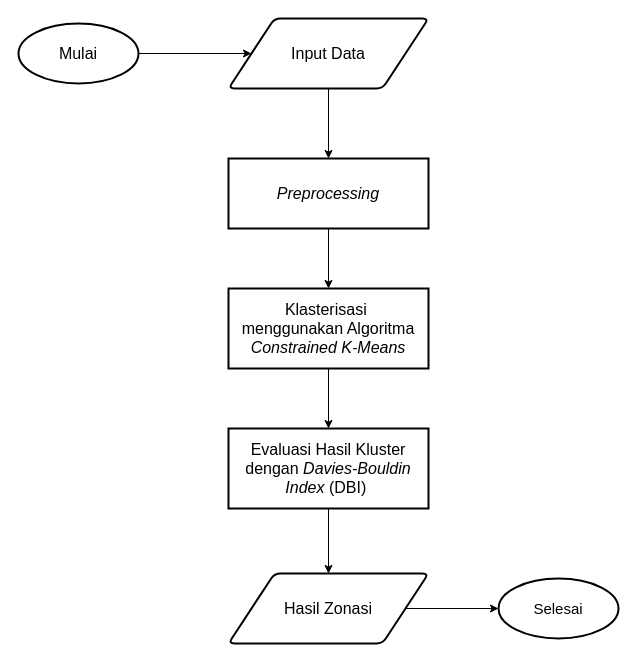
Above: page "Halaman-5" (4 of 7) of Diagram Tanpa Judul.drawio in NayaRPL/bebas (draw.io), before the change. Source tidied: cells renumbered, new cells numbered last; positions are measured from the earlier drawing's top-left corner, leaving out a move shared by most shapes. Both pictures are drawn from the tidied source at 100%, with x=0, y=0 at pixel (18, 18).
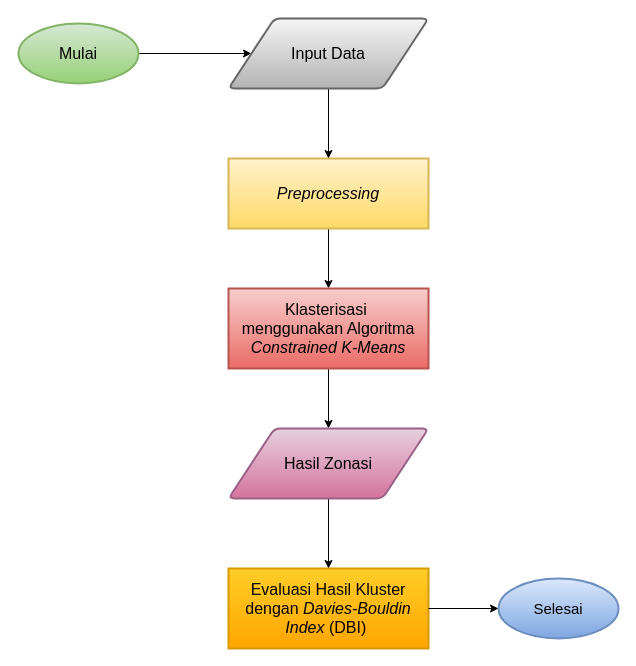
The same page after the edit.

What changed in the source:
```diff
@@
 <mxGraphModel>
   <root>
     <mxCell id="0" />
     <mxCell id="1" parent="0" />
     <mxCell id="2" style="edgeStyle=orthogonalEdgeStyle;rounded=0;jettySize=auto;html=1;exitX=1;exitY=0.5;exitDx=0;exitDy=0;exitPerimeter=0;entryX=0;entryY=0.5;entryDx=0;entryDy=0;" parent="1" edge="1" source="3" target="10">
       <mxGeometry relative="1" as="geometry" />
     </mxCell>
-    <mxCell id="3" value="&lt;font style=&quot;font-size: 16px;&quot;&gt;Mulai&lt;/font&gt;" style="strokeWidth=2;html=1;shape=mxgraph.flowchart.start_1;whiteSpace=wrap;" parent="1" vertex="1">
+    <mxCell id="3" value="&lt;font style=&quot;font-size: 16px;&quot;&gt;Mulai&lt;/font&gt;" style="strokeWidth=2;html=1;shape=mxgraph.flowchart.start_1;whiteSpace=wrap;fillColor=#d5e8d4;strokeColor=#82b366;gradientColor=#97d077;" parent="1" vertex="1">
       <mxGeometry y="5" width="120" height="60" as="geometry" />
     </mxCell>
     <mxCell id="4" style="edgeStyle=orthogonalEdgeStyle;rounded=0;jettySize=auto;html=1;exitX=0.5;exitY=1;exitDx=0;exitDy=0;entryX=0.5;entryY=0;entryDx=0;entryDy=0;" parent="1" edge="1" source="5" target="7">
       <mxGeometry relative="1" as="geometry" />
     </mxCell>
-    <mxCell id="5" value="&lt;font style=&quot;font-size: 16px;&quot;&gt;&lt;i style=&quot;&quot;&gt;Preprocessing&lt;/i&gt;&lt;/font&gt;" style="rounded=0;whiteSpace=wrap;html=1;absoluteArcSize=1;arcSize=14;strokeWidth=2;" parent="1" vertex="1">
+    <mxCell id="5" value="&lt;font style=&quot;font-size: 16px;&quot;&gt;&lt;i style=&quot;&quot;&gt;Preprocessing&lt;/i&gt;&lt;/font&gt;" style="rounded=0;whiteSpace=wrap;html=1;absoluteArcSize=1;arcSize=14;strokeWidth=2;fillColor=#fff2cc;gradientColor=#ffd966;strokeColor=#d6b656;" parent="1" vertex="1">
       <mxGeometry x="210" y="140" width="200" height="70" as="geometry" />
     </mxCell>
-    <mxCell id="6" style="edgeStyle=orthogonalEdgeStyle;rounded=0;jettySize=auto;html=1;exitX=0.5;exitY=1;exitDx=0;exitDy=0;entryX=0.5;entryY=0;entryDx=0;entryDy=0;" parent="1" edge="1" source="7" target="12">
-      <mxGeometry relative="1" as="geometry" />
-    </mxCell>
+    <mxCell id="15" style="edgeStyle=orthogonalEdgeStyle;rounded=0;jettySize=auto;html=1;exitX=0.5;exitY=1;exitDx=0;exitDy=0;entryX=0.5;entryY=0;entryDx=0;entryDy=0;" parent="1" edge="1" source="7" target="13">
+      <mxGeometry relative="1" as="geometry" />
+    </mxCell>
-    <mxCell id="7" value="&lt;font style=&quot;font-size: 16px;&quot;&gt;Klasterisasi&amp;nbsp;&lt;/font&gt;&lt;div&gt;&lt;font style=&quot;font-size: 16px;&quot;&gt;menggunakan Algoritma &lt;i style=&quot;&quot;&gt;Constrained&amp;nbsp;K-Means&lt;/i&gt;&lt;/font&gt;&lt;/div&gt;" style="rounded=0;whiteSpace=wrap;html=1;absoluteArcSize=1;arcSize=14;strokeWidth=2;" parent="1" vertex="1">
+    <mxCell id="7" value="&lt;font style=&quot;font-size: 16px;&quot;&gt;Klasterisasi&amp;nbsp;&lt;/font&gt;&lt;div&gt;&lt;font style=&quot;font-size: 16px;&quot;&gt;menggunakan Algoritma &lt;i style=&quot;&quot;&gt;Constrained&amp;nbsp;K-Means&lt;/i&gt;&lt;/font&gt;&lt;/div&gt;" style="rounded=0;whiteSpace=wrap;html=1;absoluteArcSize=1;arcSize=14;strokeWidth=2;fillColor=#f8cecc;gradientColor=#ea6b66;strokeColor=#b85450;" parent="1" vertex="1">
       <mxGeometry x="210" y="270" width="200" height="80" as="geometry" />
     </mxCell>
-    <mxCell id="8" value="&lt;font style=&quot;font-size: 15px;&quot;&gt;Selesai&lt;/font&gt;" style="strokeWidth=2;html=1;shape=mxgraph.flowchart.start_1;whiteSpace=wrap;" parent="1" vertex="1">
+    <mxCell id="8" value="&lt;font style=&quot;font-size: 15px;&quot;&gt;Selesai&lt;/font&gt;" style="strokeWidth=2;html=1;shape=mxgraph.flowchart.start_1;whiteSpace=wrap;fillColor=#dae8fc;gradientColor=#7ea6e0;strokeColor=#6c8ebf;" parent="1" vertex="1">
       <mxGeometry x="480" y="560" width="120" height="60" as="geometry" />
     </mxCell>
     <mxCell id="9" style="edgeStyle=orthogonalEdgeStyle;rounded=0;jettySize=auto;html=1;exitX=0.5;exitY=1;exitDx=0;exitDy=0;entryX=0.5;entryY=0;entryDx=0;entryDy=0;" parent="1" edge="1" source="10" target="5">
       <mxGeometry relative="1" as="geometry" />
     </mxCell>
-    <mxCell id="10" value="&lt;font style=&quot;font-size: 16px;&quot;&gt;Input Data&lt;/font&gt;" style="shape=parallelogram;html=1;strokeWidth=2;perimeter=parallelogramPerimeter;whiteSpace=wrap;rounded=1;arcSize=12;size=0.23;" parent="1" vertex="1">
+    <mxCell id="10" value="&lt;font style=&quot;font-size: 16px;&quot;&gt;Input Data&lt;/font&gt;" style="shape=parallelogram;html=1;strokeWidth=2;perimeter=parallelogramPerimeter;whiteSpace=wrap;rounded=1;arcSize=12;size=0.23;fillColor=#f5f5f5;gradientColor=#b3b3b3;strokeColor=#666666;" parent="1" vertex="1">
       <mxGeometry x="210" width="200" height="70" as="geometry" />
     </mxCell>
-    <mxCell id="11" style="edgeStyle=orthogonalEdgeStyle;rounded=0;jettySize=auto;html=1;exitX=0.5;exitY=1;exitDx=0;exitDy=0;entryX=0.5;entryY=0;entryDx=0;entryDy=0;" parent="1" edge="1" source="12" target="13">
-      <mxGeometry relative="1" as="geometry" />
-    </mxCell>
-    <mxCell id="12" value="&lt;font style=&quot;font-size: 16px;&quot;&gt;Evaluasi Hasil Kluster dengan&amp;nbsp;&lt;font style=&quot;&quot;&gt;&lt;i&gt;Davies-Bouldin Index&lt;/i&gt; (DBI)&amp;nbsp;&lt;/font&gt;&lt;/font&gt;" style="rounded=0;whiteSpace=wrap;html=1;absoluteArcSize=1;arcSize=14;strokeWidth=2;" parent="1" vertex="1">
-      <mxGeometry x="210" y="410" width="200" height="80" as="geometry" />
+    <mxCell id="12" value="&lt;font style=&quot;font-size: 16px;&quot;&gt;Evaluasi Hasil Kluster dengan&amp;nbsp;&lt;font style=&quot;&quot;&gt;&lt;i&gt;Davies-Bouldin Index&lt;/i&gt; (DBI)&amp;nbsp;&lt;/font&gt;&lt;/font&gt;" style="rounded=0;whiteSpace=wrap;html=1;absoluteArcSize=1;arcSize=14;strokeWidth=2;fillColor=#ffcd28;gradientColor=#ffa500;strokeColor=#d79b00;" parent="1" vertex="1">
+      <mxGeometry x="210" y="550" width="200" height="80" as="geometry" />
     </mxCell>
+    <mxCell id="16" style="edgeStyle=orthogonalEdgeStyle;rounded=0;jettySize=auto;html=1;exitX=0.5;exitY=1;exitDx=0;exitDy=0;entryX=0.5;entryY=0;entryDx=0;entryDy=0;" parent="1" edge="1" source="13" target="12">
+      <mxGeometry relative="1" as="geometry" />
+    </mxCell>
-    <mxCell id="13" value="&lt;font style=&quot;font-size: 16px;&quot;&gt;Hasil Zonasi&lt;/font&gt;" style="shape=parallelogram;html=1;strokeWidth=2;perimeter=parallelogramPerimeter;whiteSpace=wrap;rounded=1;arcSize=12;size=0.23;" parent="1" vertex="1">
-      <mxGeometry x="210" y="555" width="200" height="70" as="geometry" />
+    <mxCell id="13" value="&lt;font style=&quot;font-size: 16px;&quot;&gt;Hasil Zonasi&lt;/font&gt;" style="shape=parallelogram;html=1;strokeWidth=2;perimeter=parallelogramPerimeter;whiteSpace=wrap;rounded=1;arcSize=12;size=0.23;fillColor=#e6d0de;gradientColor=#d5739d;strokeColor=#996185;" parent="1" vertex="1">
+      <mxGeometry x="210" y="410" width="200" height="70" as="geometry" />
     </mxCell>
-    <mxCell id="14" style="edgeStyle=orthogonalEdgeStyle;rounded=0;jettySize=auto;html=1;exitX=1;exitY=0.5;exitDx=0;exitDy=0;entryX=0;entryY=0.5;entryDx=0;entryDy=0;entryPerimeter=0;" parent="1" edge="1" source="13" target="8">
-      <mxGeometry relative="1" as="geometry" />
-    </mxCell>
+    <mxCell id="17" style="edgeStyle=orthogonalEdgeStyle;rounded=0;jettySize=auto;html=1;exitX=1;exitY=0.5;exitDx=0;exitDy=0;entryX=0;entryY=0.5;entryDx=0;entryDy=0;entryPerimeter=0;" parent="1" edge="1" source="12" target="8">
+      <mxGeometry relative="1" as="geometry" />
+    </mxCell>
   </root>
 </mxGraphModel>
```
